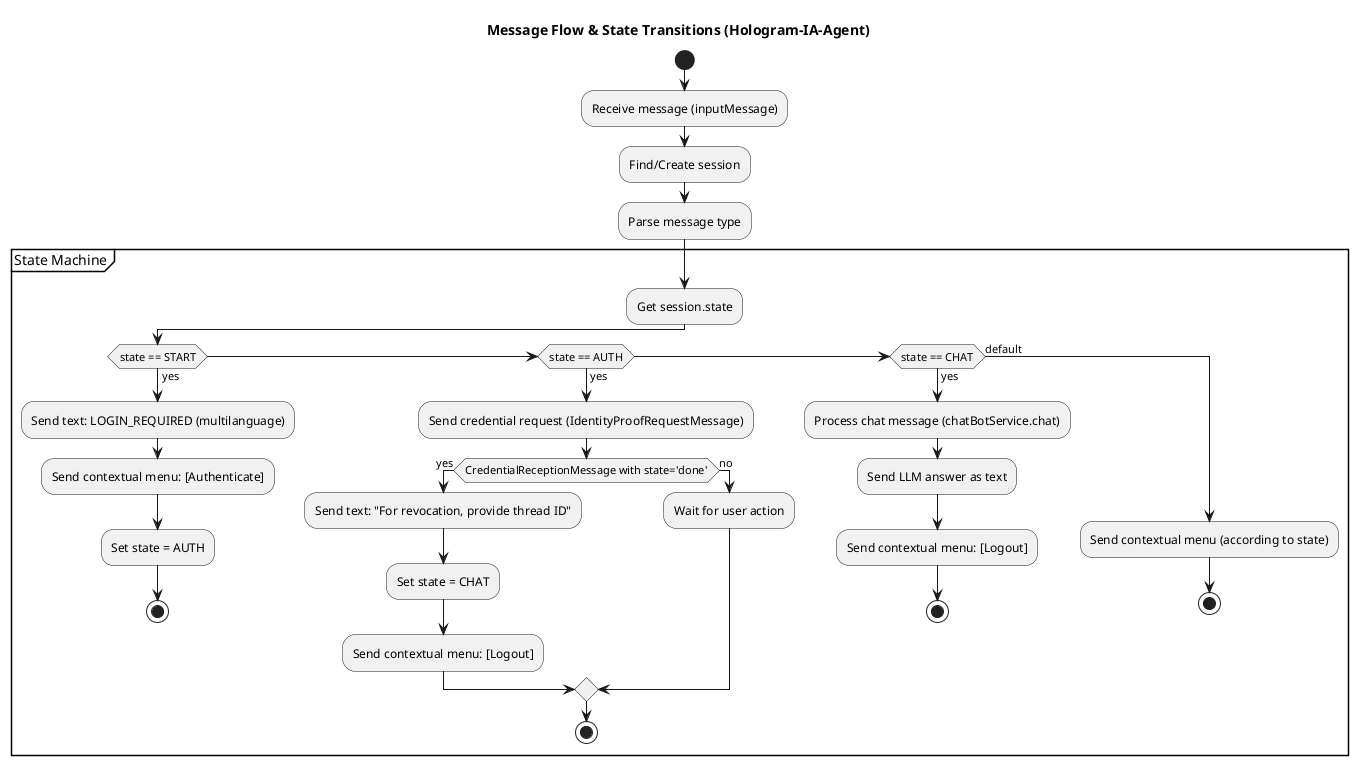
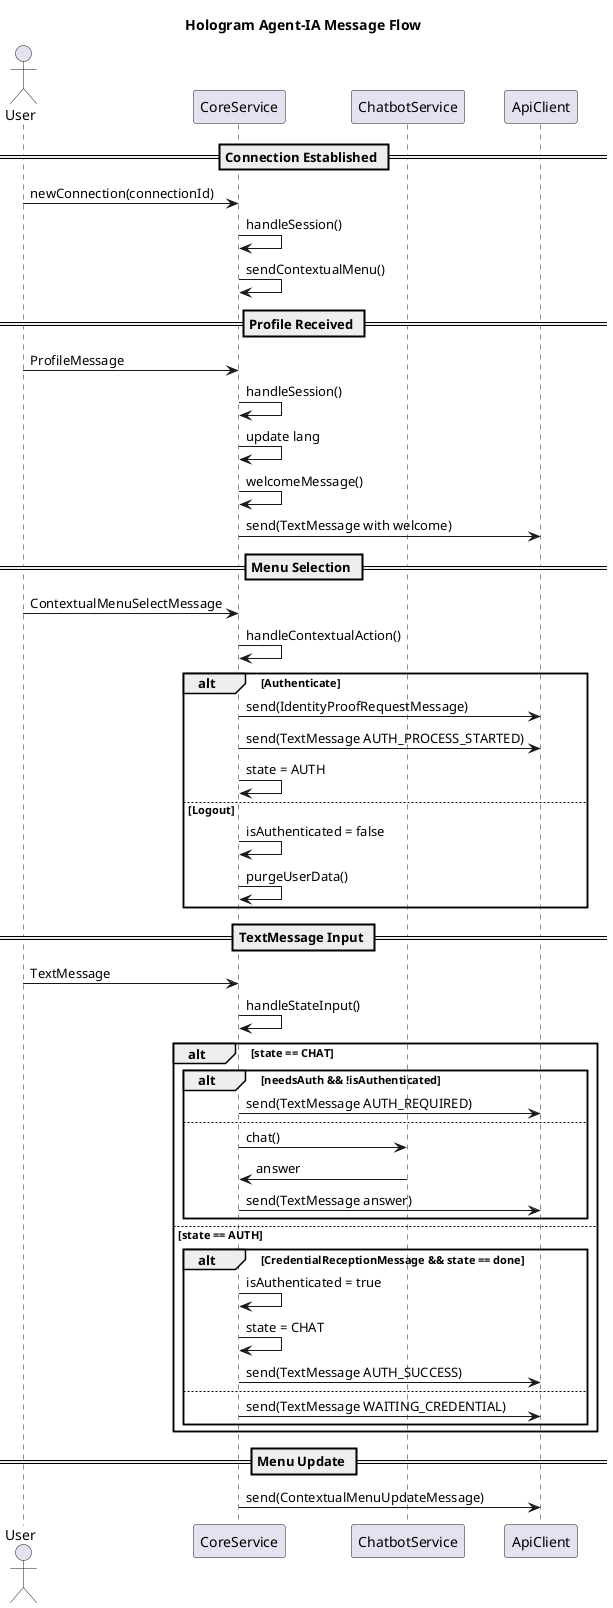
- @startuml Hologram-IA-Agent

- title Message Flow & State Transitions (Hologram-IA-Agent)
+ @startuml Hologram Agent-IA

- start
+ title Hologram Agent-IA Message Flow

- :Receive message (inputMessage);
+ actor User
+ participant "CoreService" as CS
+ participant "ChatbotService" as Chatbot
+ participant "ApiClient" as API

- :Find/Create session;
+ == Connection Established ==
+ User -> CS : newConnection(connectionId)
+ CS -> CS : handleSession()
+ CS -> CS : sendContextualMenu()

- :Parse message type;
+ == Profile Received ==
+ User -> CS : ProfileMessage
+ CS -> CS : handleSession()
+ CS -> CS : update lang
+ CS -> CS : welcomeMessage()
+ CS -> API : send(TextMessage with welcome)

- partition "State Machine" {
-   :Get session.state;
+ == Menu Selection ==
+ User -> CS : ContextualMenuSelectMessage
+ CS -> CS : handleContextualAction()
+ alt Authenticate
+     CS -> API : send(IdentityProofRequestMessage)
+     CS -> API : send(TextMessage AUTH_PROCESS_STARTED)
+     CS -> CS : state = AUTH
+ else Logout
+     CS -> CS : isAuthenticated = false
+     CS -> CS : purgeUserData()
+ end

-   if (state == START) then (yes)
-     :Send text: LOGIN_REQUIRED (multilanguage);
-     :Send contextual menu: [Authenticate];
-     :Set state = AUTH;
-     stop
-   elseif (state == AUTH) then (yes)
-     :Send credential request (IdentityProofRequestMessage);
-     if (CredentialReceptionMessage with state='done') then (yes)
-       :Send text: "For revocation, provide thread ID";
-       :Set state = CHAT;
-       :Send contextual menu: [Logout];
-     else (no)
-       :Wait for user action;
-     endif
-     stop
-   elseif (state == CHAT) then (yes)
-     :Process chat message (chatBotService.chat);
-     :Send LLM answer as text;
-     :Send contextual menu: [Logout];
-     stop
-   else (default)
-     :Send contextual menu (according to state);
-     stop
-   endif
- }
+ == TextMessage Input ==
+ User -> CS : TextMessage
+ CS -> CS : handleStateInput()
+ alt state == CHAT
+     alt needsAuth && !isAuthenticated
+         CS -> API : send(TextMessage AUTH_REQUIRED)
+     else
+         CS -> Chatbot : chat()
+         Chatbot -> CS : answer
+         CS -> API : send(TextMessage answer)
+     end
+ else state == AUTH
+     alt CredentialReceptionMessage && state == done
+         CS -> CS : isAuthenticated = true
+         CS -> CS : state = CHAT
+         CS -> API : send(TextMessage AUTH_SUCCESS)
+     else
+         CS -> API : send(TextMessage WAITING_CREDENTIAL)
+     end
+ end

- @enduml
+ == Menu Update ==
+ CS -> API : send(ContextualMenuUpdateMessage)
+ 
+ @enduml